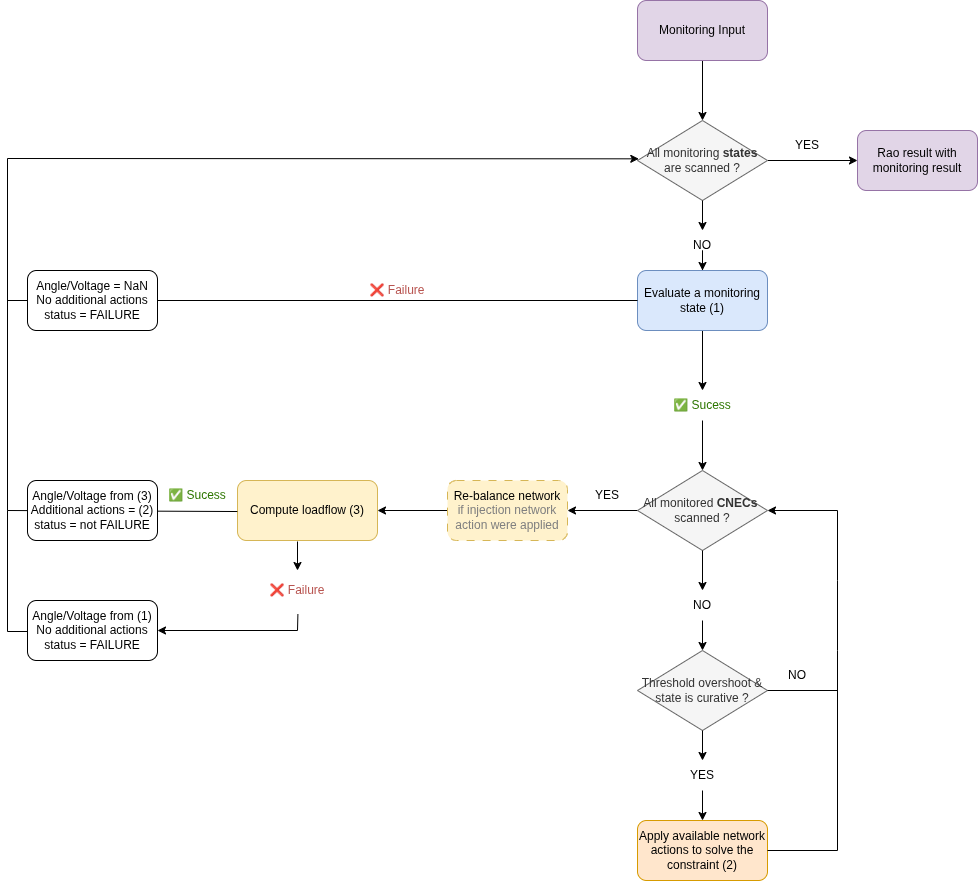
Earlier version of the draw.io export docs/_static/img/monitoring-algo.png (powsybl/powsybl-open-rao). Source tidied: cells renumbered, new cells last; positions are measured from the earlier drawing's top-left corner, leaving out a move shared by most shapes.
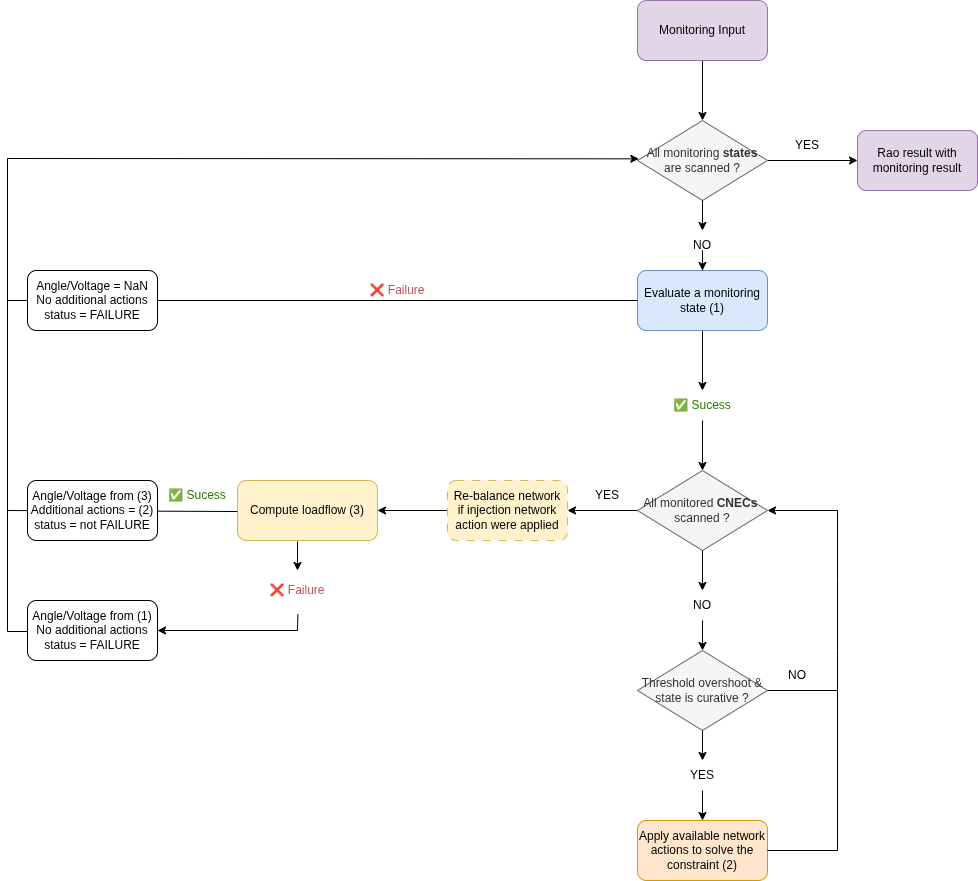
The same file after the commit.

Change to the diagram source:
```diff
@@ -104,7 +104,7 @@
     <mxCell id="31" style="edgeStyle=orthogonalEdgeStyle;rounded=0;jettySize=auto;html=1;" parent="1" edge="1" source="32" target="24">
       <mxGeometry relative="1" as="geometry" />
     </mxCell>
-    <mxCell id="32" value="Re-balance network&lt;div&gt;&lt;font style=&quot;color: rgb(128, 128, 128);&quot;&gt;if injection network action were applied&lt;/font&gt;&lt;/div&gt;" style="rounded=1;whiteSpace=wrap;html=1;fillColor=#fff2cc;strokeColor=#d6b656;dashed=1;dashPattern=8 8;" parent="1" vertex="1">
+    <mxCell id="32" value="Re-balance network&lt;div&gt;&lt;font style=&quot;color: rgb(0, 0, 0);&quot;&gt;if injection network action were applied&lt;/font&gt;&lt;/div&gt;" style="rounded=1;whiteSpace=wrap;html=1;fillColor=#fff2cc;strokeColor=#d6b656;dashed=1;dashPattern=8 8;" parent="1" vertex="1">
       <mxGeometry x="440" y="480" width="120" height="60" as="geometry" />
     </mxCell>
     <mxCell id="33" value="YES" style="text;html=1;whiteSpace=wrap;strokeColor=none;fillColor=none;align=center;verticalAlign=middle;rounded=0;" parent="1" vertex="1">
```
